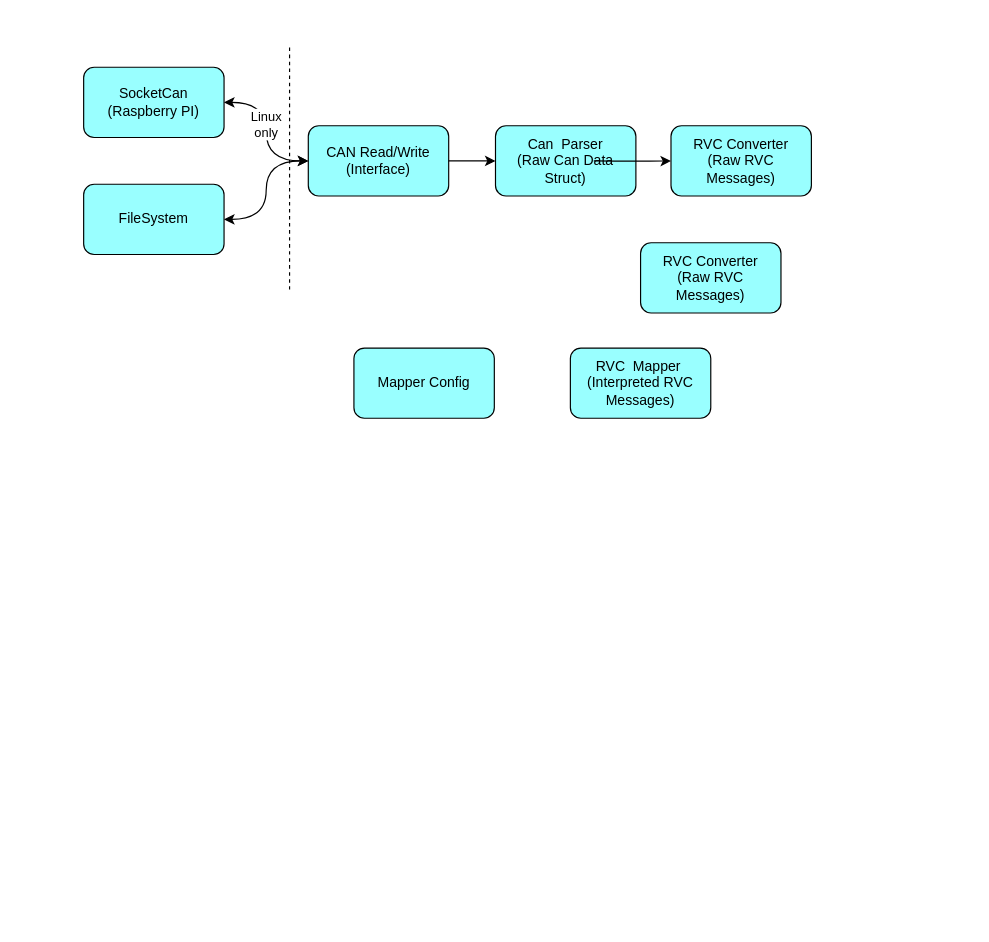
The draw.io diagram docs/design/rvctomqtt.drawio in tjmike/rvctomqtt, before the edit. Source tidied: cells renumbered, new cells numbered last; positions are measured from the earlier drawing's top-left corner, leaving out a move shared by most shapes. Both pictures are drawn from the tidied source at 117%, with x=0, y=0 at pixel (83, 43).
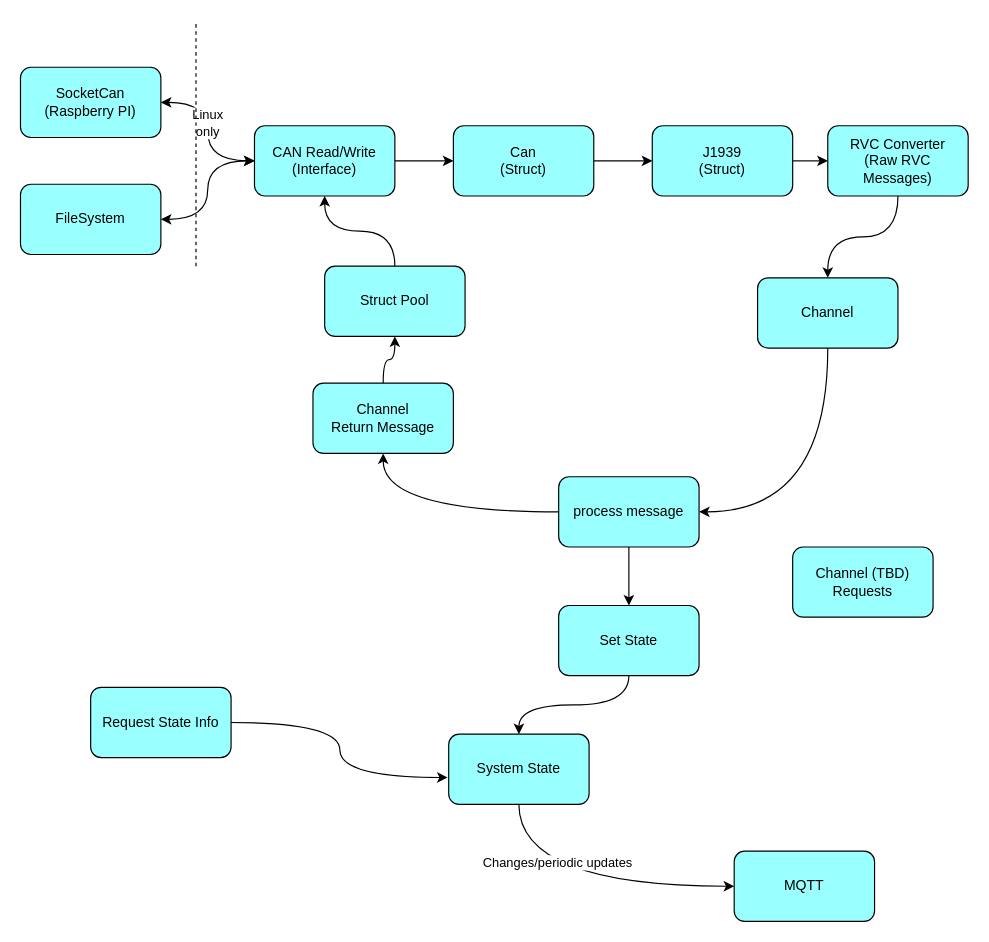
Above is the later version.

Change to the diagram source:
```diff
@@
     <mxCell id="4" value="SocketCan (Raspberry PI)" style="rounded=1;whiteSpace=wrap;html=1;fillColor=#99FFFF;" parent="1" vertex="1">
-      <mxGeometry y="20" width="120" height="60" as="geometry" />
+      <mxGeometry x="-54" y="20" width="120" height="60" as="geometry" />
     </mxCell>
     <mxCell id="5" value="CAN Read/Write&lt;br&gt;(Interface)" style="rounded=1;whiteSpace=wrap;html=1;fillColor=#99FFFF;" parent="1" vertex="1">
-      <mxGeometry x="192" y="70" width="120" height="60" as="geometry" />
+      <mxGeometry x="146" y="70" width="120" height="60" as="geometry" />
     </mxCell>
     <mxCell id="6" value="FileSystem" style="rounded=1;whiteSpace=wrap;html=1;fillColor=#99FFFF;" parent="1" vertex="1">
-      <mxGeometry y="120" width="120" height="60" as="geometry" />
+      <mxGeometry x="-54" y="120" width="120" height="60" as="geometry" />
     </mxCell>
-    <mxCell id="7" value="Can &amp;nbsp;Parser&lt;br&gt;(Raw Can Data Struct)" style="rounded=1;whiteSpace=wrap;html=1;fillColor=#99FFFF;" parent="1" vertex="1">
-      <mxGeometry x="352" y="70" width="120" height="60" as="geometry" />
+    <mxCell id="7" value="Can&lt;br style=&quot;border-color: var(--border-color);&quot;&gt;(Struct)" style="rounded=1;whiteSpace=wrap;html=1;fillColor=#99FFFF;" parent="1" vertex="1">
+      <mxGeometry x="316" y="70" width="120" height="60" as="geometry" />
     </mxCell>
     <mxCell id="8" value="RVC Converter&lt;br&gt;(Raw RVC Messages)" style="rounded=1;whiteSpace=wrap;html=1;fillColor=#99FFFF;" parent="1" vertex="1">
-      <mxGeometry x="502" y="70" width="120" height="60" as="geometry" />
+      <mxGeometry x="636" y="70" width="120" height="60" as="geometry" />
     </mxCell>
-    <mxCell id="9" value="RVC Converter&lt;br&gt;(Raw RVC Messages)" style="rounded=1;whiteSpace=wrap;html=1;fillColor=#99FFFF;" parent="1" vertex="1">
-      <mxGeometry x="476" y="170" width="120" height="60" as="geometry" />
-    </mxCell>
-    <mxCell id="10" value="RVC &amp;nbsp;Mapper&amp;nbsp;&lt;br&gt;(Interpreted RVC Messages)" style="rounded=1;whiteSpace=wrap;html=1;fillColor=#99FFFF;" parent="1" vertex="1">
-      <mxGeometry x="416" y="260" width="120" height="60" as="geometry" />
-    </mxCell>
-    <mxCell id="11" value="Mapper Config" style="rounded=1;whiteSpace=wrap;html=1;fillColor=#99FFFF;" parent="1" vertex="1">
-      <mxGeometry x="231" y="260" width="120" height="60" as="geometry" />
+    <mxCell id="11" value="process message" style="rounded=1;whiteSpace=wrap;html=1;fillColor=#99FFFF;" parent="1" vertex="1">
+      <mxGeometry x="406" y="370" width="120" height="60" as="geometry" />
     </mxCell>
@@
-    <mxCell id="14" style="edgeStyle=orthogonalEdgeStyle;curved=1;rounded=0;jettySize=auto;html=1;entryX=0;entryY=0.5;entryDx=0;entryDy=0;startArrow=none;startFill=0;" parent="1" edge="1" target="8">
-      <mxGeometry relative="1" as="geometry">
-        <mxPoint x="436" y="100" as="sourcePoint" />
-      </mxGeometry>
+    <mxCell id="14" style="edgeStyle=orthogonalEdgeStyle;curved=1;rounded=0;jettySize=auto;html=1;entryX=0;entryY=0.5;entryDx=0;entryDy=0;startArrow=none;startFill=0;exitX=1;exitY=0.5;exitDx=0;exitDy=0;" parent="1" edge="1" source="7" target="34">
+      <mxGeometry relative="1" as="geometry" />
     </mxCell>
     <mxCell id="15" style="endArrow=none;dashed=1;html=1;rounded=0;curved=1;" parent="1" edge="1">
       <mxGeometry relative="1" as="geometry">
-        <mxPoint x="176" y="210" as="sourcePoint" />
-        <mxPoint x="176" as="targetPoint" />
+        <mxPoint x="96" y="190" as="sourcePoint" />
+        <mxPoint x="96" y="-20" as="targetPoint" />
       </mxGeometry>
     </mxCell>
+    <mxCell id="16" value="Channel" style="rounded=1;whiteSpace=wrap;html=1;fillColor=#99FFFF;" parent="1" vertex="1">
+      <mxGeometry x="576" y="200" width="120" height="60" as="geometry" />
+    </mxCell>
+    <mxCell id="17" style="edgeStyle=orthogonalEdgeStyle;curved=1;rounded=0;jettySize=auto;html=1;entryX=0.5;entryY=0;entryDx=0;entryDy=0;startArrow=none;startFill=0;exitX=0.5;exitY=1;exitDx=0;exitDy=0;" parent="1" edge="1" source="8" target="16">
+      <mxGeometry relative="1" as="geometry" />
+    </mxCell>
+    <mxCell id="18" value="Struct Pool" style="rounded=1;whiteSpace=wrap;html=1;fillColor=#99FFFF;" parent="1" vertex="1">
+      <mxGeometry x="206" y="190" width="120" height="60" as="geometry" />
+    </mxCell>
+    <mxCell id="19" style="edgeStyle=orthogonalEdgeStyle;curved=1;rounded=0;jettySize=auto;html=1;entryX=0.5;entryY=1;entryDx=0;entryDy=0;startArrow=none;startFill=0;exitX=0.5;exitY=0;exitDx=0;exitDy=0;" parent="1" edge="1" source="18" target="5">
+      <mxGeometry relative="1" as="geometry" />
+    </mxCell>
+    <mxCell id="20" style="edgeStyle=orthogonalEdgeStyle;curved=1;rounded=0;jettySize=auto;html=1;entryX=1;entryY=0.5;entryDx=0;entryDy=0;startArrow=none;startFill=0;exitX=0.5;exitY=1;exitDx=0;exitDy=0;" parent="1" edge="1" source="16" target="11">
+      <mxGeometry relative="1" as="geometry" />
+    </mxCell>
+    <mxCell id="21" style="edgeStyle=orthogonalEdgeStyle;curved=1;rounded=0;jettySize=auto;html=1;entryX=0.5;entryY=1;entryDx=0;entryDy=0;startArrow=none;startFill=0;exitX=0.5;exitY=0;exitDx=0;exitDy=0;" parent="1" edge="1" source="22" target="18">
+      <mxGeometry relative="1" as="geometry" />
+    </mxCell>
+    <mxCell id="22" value="Channel&lt;br&gt;Return Message" style="rounded=1;whiteSpace=wrap;html=1;fillColor=#99FFFF;" parent="1" vertex="1">
+      <mxGeometry x="196" y="290" width="120" height="60" as="geometry" />
+    </mxCell>
+    <mxCell id="23" style="edgeStyle=orthogonalEdgeStyle;curved=1;rounded=0;jettySize=auto;html=1;entryX=0.5;entryY=1;entryDx=0;entryDy=0;startArrow=none;startFill=0;exitX=0;exitY=0.5;exitDx=0;exitDy=0;" parent="1" edge="1" source="11" target="22">
+      <mxGeometry relative="1" as="geometry" />
+    </mxCell>
+    <mxCell id="24" value="Set State" style="rounded=1;whiteSpace=wrap;html=1;fillColor=#99FFFF;" parent="1" vertex="1">
+      <mxGeometry x="406" y="480" width="120" height="60" as="geometry" />
+    </mxCell>
+    <mxCell id="25" style="edgeStyle=orthogonalEdgeStyle;curved=1;rounded=0;jettySize=auto;html=1;entryX=0.5;entryY=0;entryDx=0;entryDy=0;startArrow=none;startFill=0;exitX=0.5;exitY=1;exitDx=0;exitDy=0;" parent="1" edge="1" source="11" target="24">
+      <mxGeometry relative="1" as="geometry" />
+    </mxCell>
+    <mxCell id="26" value="System State" style="rounded=1;whiteSpace=wrap;html=1;fillColor=#99FFFF;" parent="1" vertex="1">
+      <mxGeometry x="312" y="590" width="120" height="60" as="geometry" />
+    </mxCell>
+    <mxCell id="27" style="edgeStyle=orthogonalEdgeStyle;curved=1;rounded=0;jettySize=auto;html=1;entryX=0.5;entryY=0;entryDx=0;entryDy=0;startArrow=none;startFill=0;exitX=0.5;exitY=1;exitDx=0;exitDy=0;" parent="1" edge="1" source="24" target="26">
+      <mxGeometry relative="1" as="geometry" />
+    </mxCell>
+    <mxCell id="28" value="MQTT" style="rounded=1;whiteSpace=wrap;html=1;fillColor=#99FFFF;" parent="1" vertex="1">
+      <mxGeometry x="556" y="690" width="120" height="60" as="geometry" />
+    </mxCell>
+    <mxCell id="29" style="edgeStyle=orthogonalEdgeStyle;curved=1;rounded=0;jettySize=auto;html=1;entryX=0;entryY=0.5;entryDx=0;entryDy=0;startArrow=none;startFill=0;exitX=0.5;exitY=1;exitDx=0;exitDy=0;" parent="1" edge="1" source="26" target="28">
+      <mxGeometry relative="1" as="geometry" />
+    </mxCell>
+    <mxCell id="30" value="Changes/periodic updates" style="edgeLabel;html=1;align=center;verticalAlign=middle;" parent="29" vertex="1">
+      <mxGeometry x="-0.2" y="21" relative="1" as="geometry" />
+    </mxCell>
+    <mxCell id="31" value="Request State Info" style="rounded=1;whiteSpace=wrap;html=1;fillColor=#99FFFF;" parent="1" vertex="1">
+      <mxGeometry x="6" y="550" width="120" height="60" as="geometry" />
+    </mxCell>
+    <mxCell id="32" style="edgeStyle=orthogonalEdgeStyle;curved=1;rounded=0;jettySize=auto;html=1;entryX=-0.008;entryY=0.617;entryDx=0;entryDy=0;startArrow=none;startFill=0;exitX=1;exitY=0.5;exitDx=0;exitDy=0;entryPerimeter=0;" parent="1" edge="1" source="31" target="26">
+      <mxGeometry relative="1" as="geometry" />
+    </mxCell>
+    <mxCell id="33" value="Channel (TBD)&lt;br&gt;Requests" style="rounded=1;whiteSpace=wrap;html=1;fillColor=#99FFFF;" parent="1" vertex="1">
+      <mxGeometry x="606" y="430" width="120" height="60" as="geometry" />
+    </mxCell>
+    <mxCell id="34" value="J1939&lt;br&gt;(Struct)" style="rounded=1;whiteSpace=wrap;html=1;fillColor=#99FFFF;" parent="1" vertex="1">
+      <mxGeometry x="486" y="70" width="120" height="60" as="geometry" />
+    </mxCell>
+    <mxCell id="35" style="edgeStyle=orthogonalEdgeStyle;curved=1;rounded=0;jettySize=auto;html=1;entryX=0;entryY=0.5;entryDx=0;entryDy=0;startArrow=none;startFill=0;exitX=1;exitY=0.5;exitDx=0;exitDy=0;" parent="1" edge="1" source="34" target="8">
+      <mxGeometry relative="1" as="geometry" />
+    </mxCell>
```
